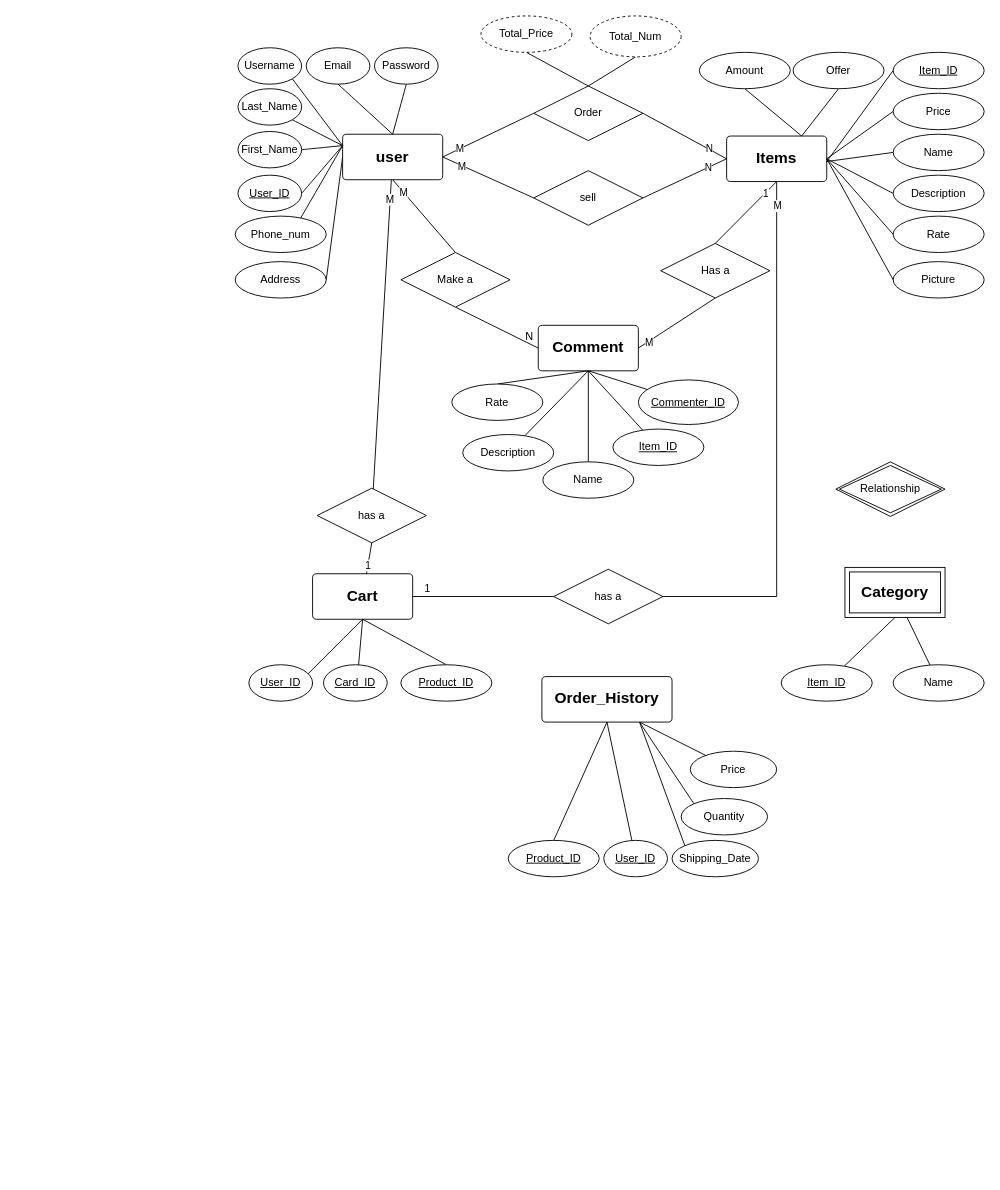
This is digrams/ERD-Digram.drawio from khaledkaram510/SWE-project, a draw.io file, before an edit. Source tidied: cells renumbered, new cells numbered last; positions are measured from the earlier drawing's top-left corner, leaving out a move shared by most shapes. Both pictures are drawn from the tidied source at 91%, with x=0, y=0 at pixel (235, 15).
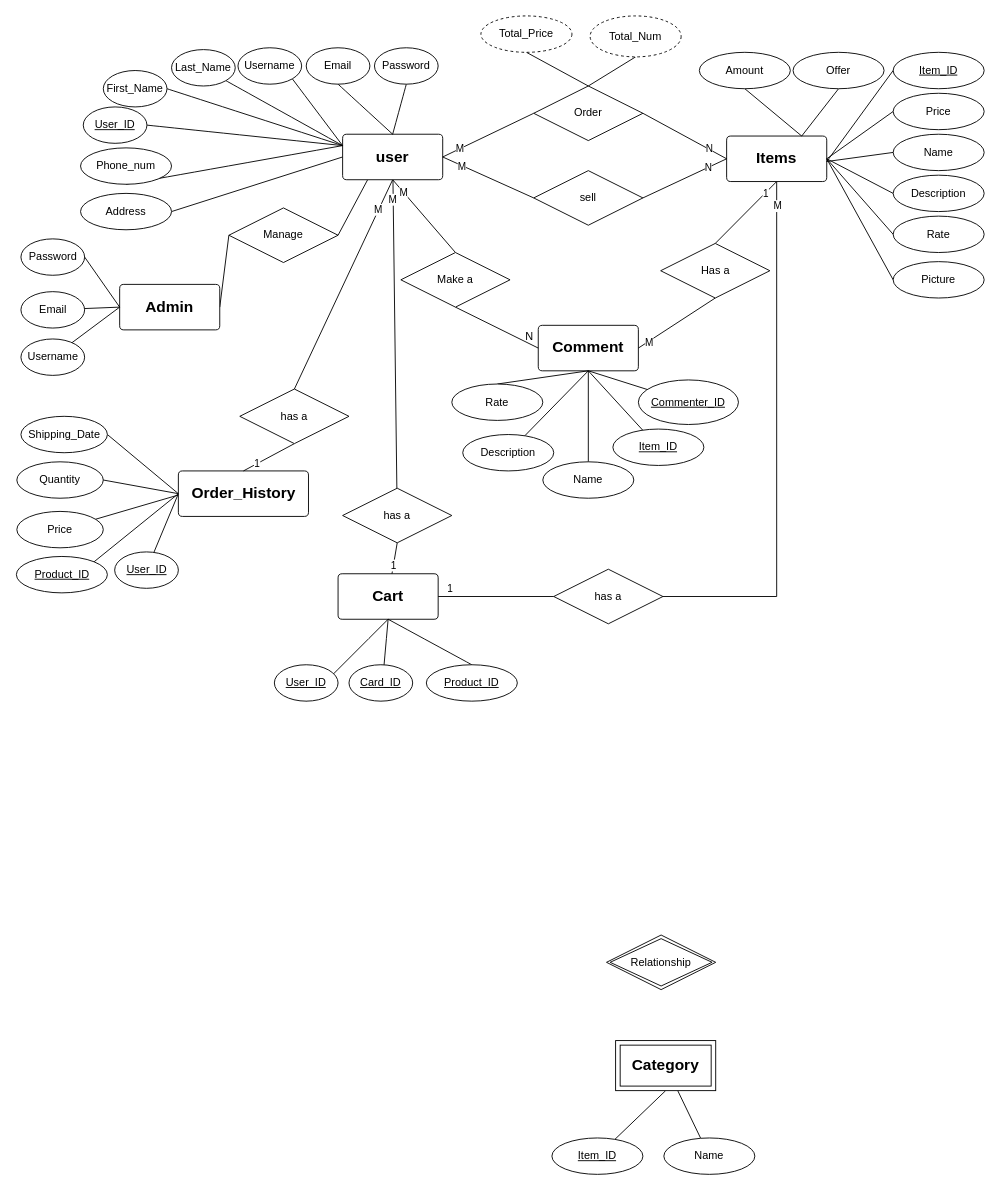
Above is the later version.

Unchanged cells that the change refers to:
```xml
<mxCell id="8" value="&lt;div style=&quot;font-size: 18px;&quot;&gt;&lt;font size=&quot;1&quot;&gt;&lt;b&gt;&lt;font style=&quot;font-size: 17px;&quot;&gt;user&lt;/font&gt;&lt;/b&gt;&lt;/font&gt;&lt;/div&gt;" style="rounded=1;arcSize=9;whiteSpace=wrap;html=1;align=center;" parent="1" vertex="1">
  <mxGeometry x="118" y="130" width="110" height="50" as="geometry" />
</mxCell>
```

Diff of the diagram source:
```diff
@@
+    <mxCell id="105" style="rounded=0;jettySize=auto;html=1;exitX=0.5;exitY=1;exitDx=0;exitDy=0;entryX=0.5;entryY=0;entryDx=0;entryDy=0;endArrow=none;endFill=0;" parent="1" edge="1" source="8" target="110">
+      <mxGeometry relative="1" as="geometry" />
+    </mxCell>
+    <mxCell id="106" value="M" style="edgeLabel;html=1;align=center;verticalAlign=middle;" parent="105" vertex="1">
+      <mxGeometry x="-0.64" y="-1" relative="1" as="geometry">
+        <mxPoint x="4" y="-9" as="offset" />
+      </mxGeometry>
+    </mxCell>
+    <mxCell id="107" style="rounded=0;jettySize=auto;html=1;exitX=0.25;exitY=1;exitDx=0;exitDy=0;entryX=1;entryY=0.5;entryDx=0;entryDy=0;endArrow=none;endFill=0;" parent="1" edge="1" source="8" target="112">
+      <mxGeometry relative="1" as="geometry" />
+    </mxCell>
@@
     <mxCell id="9" value="&lt;div&gt;First_Name&lt;/div&gt;" style="ellipse;whiteSpace=wrap;html=1;align=center;" parent="1" vertex="1">
-      <mxGeometry x="3" y="127" width="70" height="40" as="geometry" />
+      <mxGeometry x="-145" y="60" width="70" height="40" as="geometry" />
     </mxCell>
@@
     <mxCell id="11" value="&lt;div&gt;&lt;u&gt;User_ID&lt;/u&gt;&lt;/div&gt;" style="ellipse;whiteSpace=wrap;html=1;align=center;" parent="1" vertex="1">
-      <mxGeometry x="3" y="175" width="70" height="40" as="geometry" />
+      <mxGeometry x="-167" y="100" width="70" height="40" as="geometry" />
     </mxCell>
@@
     <mxCell id="13" value="&lt;div&gt;Phone_num&lt;/div&gt;" style="ellipse;whiteSpace=wrap;html=1;align=center;" parent="1" vertex="1">
-      <mxGeometry y="220" width="100" height="40" as="geometry" />
+      <mxGeometry x="-170" y="145" width="100" height="40" as="geometry" />
     </mxCell>
@@
     <mxCell id="15" value="&lt;div&gt;Last_Name&lt;/div&gt;" style="ellipse;whiteSpace=wrap;html=1;align=center;" parent="1" vertex="1">
-      <mxGeometry x="3" y="80" width="70" height="40" as="geometry" />
+      <mxGeometry x="-70" y="37" width="70" height="40" as="geometry" />
     </mxCell>
@@
     <mxCell id="28" value="&lt;div&gt;&lt;font style=&quot;font-size: 17px;&quot;&gt;&lt;b&gt;Cart&lt;/b&gt;&lt;/font&gt;&lt;/div&gt;" style="rounded=1;arcSize=9;whiteSpace=wrap;html=1;align=center;" parent="1" vertex="1">
-      <mxGeometry x="85" y="613" width="110" height="50" as="geometry" />
+      <mxGeometry x="113" y="613" width="110" height="50" as="geometry" />
     </mxCell>
@@
     <mxCell id="30" value="&lt;div&gt;&lt;u&gt;User_ID&lt;/u&gt;&lt;/div&gt;" style="ellipse;whiteSpace=wrap;html=1;align=center;" parent="1" vertex="1">
-      <mxGeometry x="15" y="713" width="70" height="40" as="geometry" />
+      <mxGeometry x="43" y="713" width="70" height="40" as="geometry" />
     </mxCell>
@@
     <mxCell id="32" value="&lt;div&gt;&lt;u&gt;Card_ID&lt;/u&gt;&lt;/div&gt;" style="ellipse;whiteSpace=wrap;html=1;align=center;" parent="1" vertex="1">
-      <mxGeometry x="97" y="713" width="70" height="40" as="geometry" />
+      <mxGeometry x="125" y="713" width="70" height="40" as="geometry" />
     </mxCell>
@@
     <mxCell id="34" value="&lt;div&gt;&lt;u&gt;Product_ID&lt;/u&gt;&lt;/div&gt;" style="ellipse;whiteSpace=wrap;html=1;align=center;" parent="1" vertex="1">
-      <mxGeometry x="182" y="713" width="100" height="40" as="geometry" />
+      <mxGeometry x="210" y="713" width="100" height="40" as="geometry" />
     </mxCell>
@@
     <mxCell id="37" value="&lt;font style=&quot;font-size: 17px;&quot;&gt;&lt;b&gt;Category&lt;/b&gt;&lt;/font&gt;" style="shape=ext;margin=3;double=1;whiteSpace=wrap;html=1;align=center;" parent="1" vertex="1">
-      <mxGeometry x="670" y="606" width="110" height="55" as="geometry" />
+      <mxGeometry x="418" y="1126" width="110" height="55" as="geometry" />
     </mxCell>
@@
     <mxCell id="51" value="Name" style="ellipse;whiteSpace=wrap;html=1;align=center;" parent="1" vertex="1">
-      <mxGeometry x="723" y="713" width="100" height="40" as="geometry" />
+      <mxGeometry x="471" y="1233" width="100" height="40" as="geometry" />
     </mxCell>
@@
     <mxCell id="70" value="has a" style="shape=rhombus;perimeter=rhombusPerimeter;whiteSpace=wrap;html=1;align=center;" parent="1" vertex="1">
-      <mxGeometry x="90" y="519" width="120" height="60" as="geometry" />
+      <mxGeometry x="118" y="519" width="120" height="60" as="geometry" />
     </mxCell>
@@
     <mxCell id="74" value="Address" style="ellipse;whiteSpace=wrap;html=1;align=center;" parent="1" vertex="1">
-      <mxGeometry y="270" width="100" height="40" as="geometry" />
+      <mxGeometry x="-170" y="195" width="100" height="40" as="geometry" />
     </mxCell>
-    <mxCell id="75" style="rounded=0;jettySize=auto;html=1;exitX=0.5;exitY=1;exitDx=0;exitDy=0;entryX=0.5;entryY=0;entryDx=0;entryDy=0;endArrow=none;endFill=0;" parent="1" edge="1" source="79" target="80">
+    <mxCell id="75" style="rounded=0;jettySize=auto;html=1;exitX=0;exitY=0.5;exitDx=0;exitDy=0;entryX=1;entryY=0;entryDx=0;entryDy=0;endArrow=none;endFill=0;" parent="1" edge="1" source="79" target="80">
       <mxGeometry relative="1" as="geometry" />
     </mxCell>
-    <mxCell id="76" style="rounded=0;jettySize=auto;html=1;exitX=0.5;exitY=1;exitDx=0;exitDy=0;endArrow=none;endFill=0;" parent="1" edge="1" source="79" target="81">
+    <mxCell id="76" style="rounded=0;jettySize=auto;html=1;exitX=0;exitY=0.5;exitDx=0;exitDy=0;endArrow=none;endFill=0;" parent="1" edge="1" source="79" target="81">
       <mxGeometry relative="1" as="geometry" />
     </mxCell>
-    <mxCell id="77" style="rounded=0;jettySize=auto;html=1;exitX=0.75;exitY=1;exitDx=0;exitDy=0;endArrow=none;endFill=0;" parent="1" edge="1" source="79" target="84">
+    <mxCell id="77" style="rounded=0;jettySize=auto;html=1;endArrow=none;endFill=0;exitX=0.003;exitY=0.527;exitDx=0;exitDy=0;exitPerimeter=0;" parent="1" edge="1" source="79" target="84">
       <mxGeometry relative="1" as="geometry" />
     </mxCell>
-    <mxCell id="78" style="rounded=0;jettySize=auto;html=1;exitX=0.75;exitY=1;exitDx=0;exitDy=0;entryX=0;entryY=0;entryDx=0;entryDy=0;endArrow=none;endFill=0;" parent="1" edge="1" source="79" target="92">
+    <mxCell id="78" style="rounded=0;jettySize=auto;html=1;entryX=1;entryY=0.5;entryDx=0;entryDy=0;endArrow=none;endFill=0;exitX=0;exitY=0.5;exitDx=0;exitDy=0;" parent="1" edge="1" source="79" target="92">
       <mxGeometry relative="1" as="geometry" />
     </mxCell>
     <mxCell id="79" value="&lt;div&gt;&lt;font style=&quot;font-size: 17px;&quot;&gt;&lt;b&gt;Order_History&lt;br&gt;&lt;/b&gt;&lt;/font&gt;&lt;/div&gt;" style="rounded=1;arcSize=9;whiteSpace=wrap;html=1;align=center;" parent="1" vertex="1">
-      <mxGeometry x="337" y="726" width="143" height="50" as="geometry" />
+      <mxGeometry x="-62.5" y="500" width="143" height="50" as="geometry" />
     </mxCell>
     <mxCell id="80" value="&lt;div&gt;&lt;u&gt;Product_ID&lt;/u&gt;&lt;/div&gt;" style="ellipse;whiteSpace=wrap;html=1;align=center;" parent="1" vertex="1">
-      <mxGeometry x="300" y="906" width="100" height="40" as="geometry" />
+      <mxGeometry x="-240.5" y="594" width="100" height="40" as="geometry" />
     </mxCell>
     <mxCell id="81" value="&lt;div&gt;&lt;u&gt;User_ID&lt;/u&gt;&lt;/div&gt;" style="ellipse;whiteSpace=wrap;html=1;align=center;" parent="1" vertex="1">
-      <mxGeometry x="405" y="906" width="70" height="40" as="geometry" />
+      <mxGeometry x="-132.5" y="589" width="70" height="40" as="geometry" />
     </mxCell>
-    <mxCell id="82" style="rounded=0;jettySize=auto;html=1;exitX=0;exitY=0;exitDx=0;exitDy=0;entryX=0.75;entryY=1;entryDx=0;entryDy=0;endArrow=none;endFill=0;" parent="1" edge="1" source="83" target="79">
+    <mxCell id="82" style="rounded=0;jettySize=auto;html=1;exitX=1;exitY=0.5;exitDx=0;exitDy=0;entryX=0;entryY=0.5;entryDx=0;entryDy=0;endArrow=none;endFill=0;" parent="1" edge="1" source="83" target="79">
       <mxGeometry relative="1" as="geometry" />
     </mxCell>
     <mxCell id="83" value="Shipping_Date" style="ellipse;whiteSpace=wrap;html=1;align=center;" parent="1" vertex="1">
-      <mxGeometry x="480" y="906" width="95" height="40" as="geometry" />
+      <mxGeometry x="-235.5" y="440" width="95" height="40" as="geometry" />
     </mxCell>
     <mxCell id="84" value="Price" style="ellipse;whiteSpace=wrap;html=1;align=center;" parent="1" vertex="1">
-      <mxGeometry x="500" y="808" width="95" height="40" as="geometry" />
+      <mxGeometry x="-240" y="544.5" width="95" height="40" as="geometry" />
     </mxCell>
@@
     <mxCell id="92" value="Quantity" style="ellipse;whiteSpace=wrap;html=1;align=center;" parent="1" vertex="1">
-      <mxGeometry x="490" y="860" width="95" height="40" as="geometry" />
+      <mxGeometry x="-240" y="490" width="95" height="40" as="geometry" />
     </mxCell>
@@
     <mxCell id="103" value="Relationship" style="shape=rhombus;double=1;perimeter=rhombusPerimeter;whiteSpace=wrap;html=1;align=center;" parent="1" vertex="1">
-      <mxGeometry x="660" y="490" width="120" height="60" as="geometry" />
+      <mxGeometry x="408" y="1010" width="120" height="60" as="geometry" />
     </mxCell>
     <mxCell id="104" value="&lt;div&gt;&lt;u&gt;Item_ID&lt;/u&gt;&lt;/div&gt;" style="ellipse;whiteSpace=wrap;html=1;align=center;" parent="1" vertex="1">
-      <mxGeometry x="600" y="713" width="100" height="40" as="geometry" />
+      <mxGeometry x="348" y="1233" width="100" height="40" as="geometry" />
     </mxCell>
+    <mxCell id="108" style="rounded=0;jettySize=auto;html=1;exitX=0.5;exitY=1;exitDx=0;exitDy=0;entryX=0.5;entryY=0;entryDx=0;entryDy=0;endArrow=none;endFill=0;" parent="1" edge="1" source="110" target="79">
+      <mxGeometry relative="1" as="geometry" />
+    </mxCell>
+    <mxCell id="109" value="1" style="edgeLabel;html=1;align=center;verticalAlign=middle;" parent="108" vertex="1">
+      <mxGeometry x="0.47" y="-1" relative="1" as="geometry" />
+    </mxCell>
+    <mxCell id="110" value="has a" style="shape=rhombus;perimeter=rhombusPerimeter;whiteSpace=wrap;html=1;align=center;" parent="1" vertex="1">
+      <mxGeometry x="5" y="410" width="120" height="60" as="geometry" />
+    </mxCell>
+    <mxCell id="111" style="rounded=0;jettySize=auto;html=1;exitX=0;exitY=0.5;exitDx=0;exitDy=0;endArrow=none;endFill=0;entryX=1;entryY=0.5;entryDx=0;entryDy=0;" parent="1" edge="1" source="112" target="113">
+      <mxGeometry relative="1" as="geometry" />
+    </mxCell>
+    <mxCell id="112" value="Manage" style="shape=rhombus;perimeter=rhombusPerimeter;whiteSpace=wrap;html=1;align=center;" parent="1" vertex="1">
+      <mxGeometry x="-7" y="211" width="120" height="60" as="geometry" />
+    </mxCell>
+    <mxCell id="113" value="&lt;div style=&quot;font-size: 18px;&quot;&gt;&lt;font size=&quot;1&quot;&gt;&lt;b&gt;&lt;font style=&quot;font-size: 17px;&quot;&gt;Admin&lt;/font&gt;&lt;/b&gt;&lt;/font&gt;&lt;/div&gt;" style="rounded=1;arcSize=9;whiteSpace=wrap;html=1;align=center;" parent="1" vertex="1">
+      <mxGeometry x="-127" y="295" width="110" height="50" as="geometry" />
+    </mxCell>
+    <mxCell id="114" style="rounded=0;jettySize=auto;html=1;entryX=0;entryY=0.5;entryDx=0;entryDy=0;endArrow=none;endFill=0;" parent="1" edge="1" source="115" target="113">
+      <mxGeometry relative="1" as="geometry" />
+    </mxCell>
+    <mxCell id="115" value="&lt;div&gt;Username&lt;/div&gt;" style="ellipse;whiteSpace=wrap;html=1;align=center;" parent="1" vertex="1">
+      <mxGeometry x="-235.5" y="355" width="70" height="40" as="geometry" />
+    </mxCell>
+    <mxCell id="116" style="rounded=0;jettySize=auto;html=1;entryX=0;entryY=0.5;entryDx=0;entryDy=0;endArrow=none;endFill=0;" parent="1" edge="1" source="117" target="113">
+      <mxGeometry relative="1" as="geometry" />
+    </mxCell>
+    <mxCell id="117" value="&lt;div&gt;Email&lt;/div&gt;" style="ellipse;whiteSpace=wrap;html=1;align=center;" parent="1" vertex="1">
+      <mxGeometry x="-235.5" y="303" width="70" height="40" as="geometry" />
+    </mxCell>
+    <mxCell id="118" style="rounded=0;jettySize=auto;html=1;exitX=1;exitY=0.5;exitDx=0;exitDy=0;entryX=0;entryY=0.5;entryDx=0;entryDy=0;endArrow=none;endFill=0;" parent="1" edge="1" source="119" target="113">
+      <mxGeometry relative="1" as="geometry" />
+    </mxCell>
+    <mxCell id="119" value="Password" style="ellipse;whiteSpace=wrap;html=1;align=center;" parent="1" vertex="1">
+      <mxGeometry x="-235.5" y="245" width="70" height="40" as="geometry" />
+    </mxCell>
```
